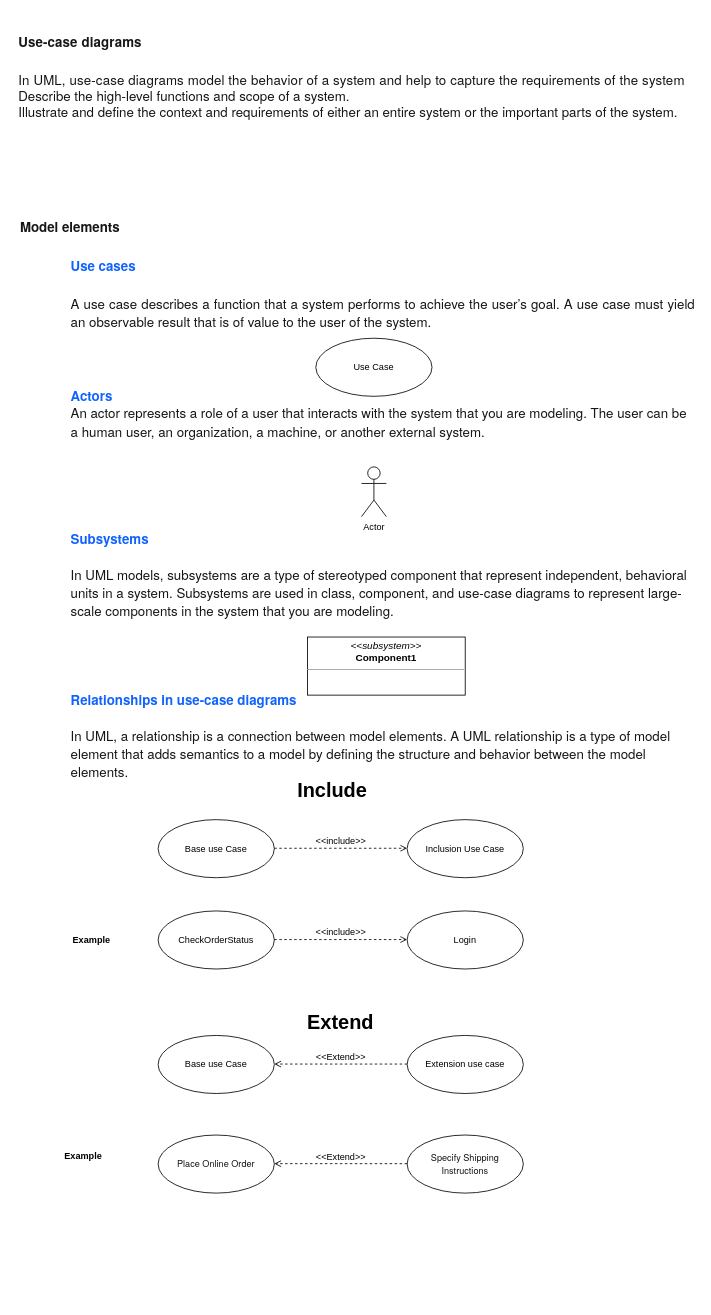
huutriGh/Apptech-Diagram keeps this draw.io diagram as page "Use Case" (2 of 2) of Sequence.drawio. Above is the earlier version. Source tidied: cells renumbered, new cells numbered last; positions are measured from the earlier drawing's top-left corner, leaving out a move shared by most shapes. Both pictures are drawn from the tidied source at 83%, with x=0, y=0 at pixel (14, 22).
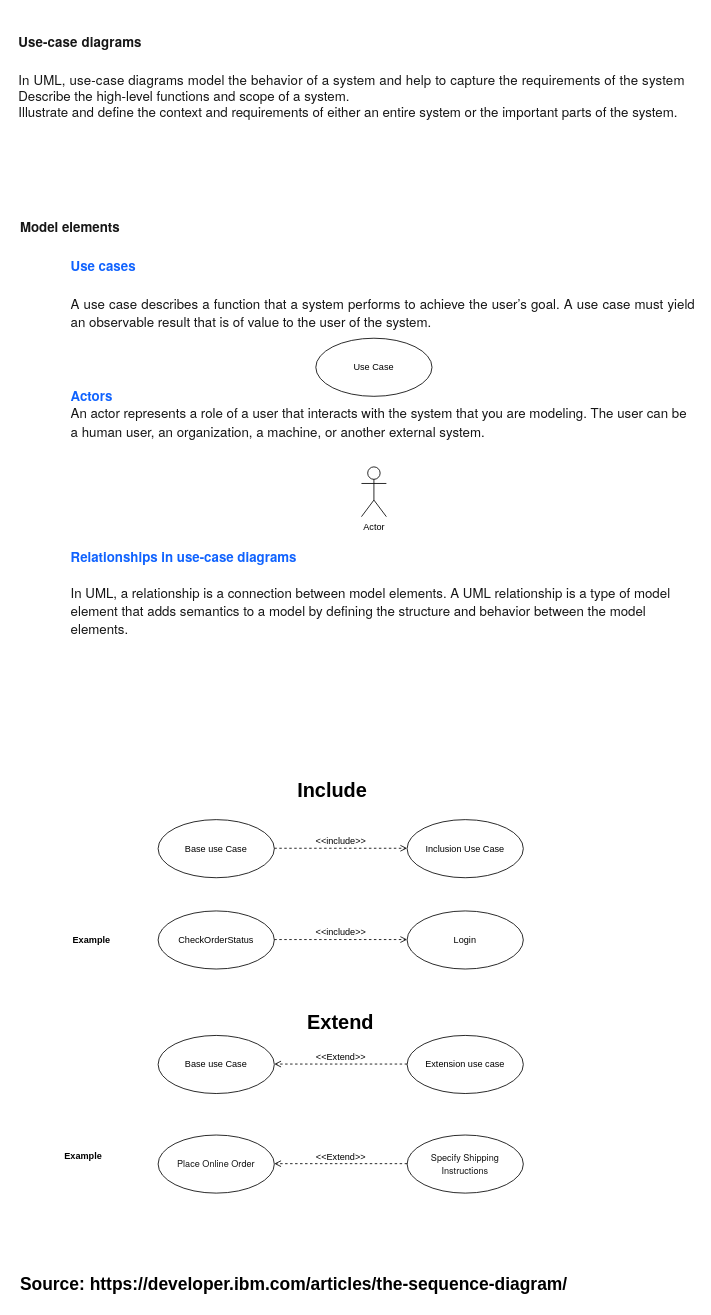
The same page after the edit.

Diff of the diagram source:
```diff
@@
-    <mxCell id="2" value="&lt;h4 style=&quot;text-align: justify;&quot;&gt;&lt;a style=&quot;box-sizing: inherit; padding: 0px; border: 0px; margin: 0px; font-variant-numeric: inherit; font-variant-east-asian: inherit; font-stretch: inherit; line-height: inherit; font-family: &amp;quot;IBM Plex Sans&amp;quot;, &amp;quot;Helvetica Neue&amp;quot;, Arial, sans-serif; font-size: 16px; vertical-align: baseline; color: rgb(15, 98, 254); cursor: pointer; text-decoration-line: none; text-align: left; background-color: rgb(255, 255, 255);&quot; href=&quot;https://www.ibm.com/docs/en/SS8PJ7_9.6.1/com.ibm.xtools.modeler.doc/topics/cuc.html&quot;&gt;Use cases&lt;/a&gt;&lt;/h4&gt;&lt;h4 style=&quot;text-align: justify;&quot;&gt;&lt;span style=&quot;color: rgb(22, 22, 22); font-family: &amp;quot;IBM Plex Sans&amp;quot;, &amp;quot;Helvetica Neue&amp;quot;, Arial, sans-serif; font-size: 16px; font-weight: 400; text-align: left; background-color: rgb(255, 255, 255);&quot;&gt;A use case describes a function that a system performs to achieve the user’s goal. A use case must yield an observable result that is of value to the user of the system.&lt;/span&gt;&lt;br&gt;&lt;/h4&gt;&lt;div&gt;&lt;span style=&quot;color: rgb(22, 22, 22); font-family: &amp;quot;IBM Plex Sans&amp;quot;, &amp;quot;Helvetica Neue&amp;quot;, Arial, sans-serif; font-size: 16px; font-weight: 400; text-align: left; background-color: rgb(255, 255, 255);&quot;&gt;&lt;br&gt;&lt;/span&gt;&lt;/div&gt;&lt;div&gt;&lt;span style=&quot;color: rgb(22, 22, 22); font-family: &amp;quot;IBM Plex Sans&amp;quot;, &amp;quot;Helvetica Neue&amp;quot;, Arial, sans-serif; font-size: 16px; font-weight: 400; text-align: left; background-color: rgb(255, 255, 255);&quot;&gt;&lt;br&gt;&lt;/span&gt;&lt;/div&gt;&lt;span style=&quot;background-color: rgb(255, 255, 255);&quot;&gt;&lt;div style=&quot;text-align: start;&quot;&gt;&lt;a style=&quot;box-sizing: inherit; padding: 0px; border: 0px; margin: 0px; font-variant-numeric: inherit; font-variant-east-asian: inherit; font-weight: 700; font-stretch: inherit; line-height: inherit; font-family: &amp;quot;IBM Plex Sans&amp;quot;, &amp;quot;Helvetica Neue&amp;quot;, Arial, sans-serif; font-size: 16px; vertical-align: baseline; color: rgb(15, 98, 254); cursor: pointer; text-decoration-line: none;&quot; href=&quot;https://www.ibm.com/docs/en/SS8PJ7_9.6.1/com.ibm.xtools.modeler.doc/topics/cactor.html&quot;&gt;Actors&lt;/a&gt;&lt;span style=&quot;color: rgb(22, 22, 22); font-family: &amp;quot;IBM Plex Sans&amp;quot;, &amp;quot;Helvetica Neue&amp;quot;, Arial, sans-serif; font-size: 16px;&quot;&gt;&lt;br&gt;&lt;/span&gt;&lt;/div&gt;&lt;div style=&quot;text-align: start;&quot;&gt;&lt;span style=&quot;color: rgb(22, 22, 22); font-family: &amp;quot;IBM Plex Sans&amp;quot;, &amp;quot;Helvetica Neue&amp;quot;, Arial, sans-serif; font-size: 16px;&quot;&gt;An actor represents a role of a user that interacts with the system that you are modeling. The user can be a human user, an organization, a machine, or another external system.&lt;/span&gt;&lt;span style=&quot;color: rgb(22, 22, 22); font-family: &amp;quot;IBM Plex Sans&amp;quot;, &amp;quot;Helvetica Neue&amp;quot;, Arial, sans-serif; font-size: 16px;&quot;&gt;&lt;br&gt;&lt;/span&gt;&lt;/div&gt;&lt;div style=&quot;text-align: start;&quot;&gt;&lt;span style=&quot;color: rgb(22, 22, 22); font-family: &amp;quot;IBM Plex Sans&amp;quot;, &amp;quot;Helvetica Neue&amp;quot;, Arial, sans-serif; font-size: 16px;&quot;&gt;&lt;br&gt;&lt;/span&gt;&lt;/div&gt;&lt;div style=&quot;text-align: start;&quot;&gt;&lt;span style=&quot;color: rgb(22, 22, 22); font-family: &amp;quot;IBM Plex Sans&amp;quot;, &amp;quot;Helvetica Neue&amp;quot;, Arial, sans-serif; font-size: 16px;&quot;&gt;&lt;br&gt;&lt;/span&gt;&lt;/div&gt;&lt;div style=&quot;text-align: start;&quot;&gt;&lt;span style=&quot;color: rgb(22, 22, 22); font-family: &amp;quot;IBM Plex Sans&amp;quot;, &amp;quot;Helvetica Neue&amp;quot;, Arial, sans-serif; font-size: 16px;&quot;&gt;&lt;br&gt;&lt;/span&gt;&lt;/div&gt;&lt;div style=&quot;text-align: start;&quot;&gt;&lt;span style=&quot;color: rgb(22, 22, 22); font-family: &amp;quot;IBM Plex Sans&amp;quot;, &amp;quot;Helvetica Neue&amp;quot;, Arial, sans-serif; font-size: 16px;&quot;&gt;&lt;br&gt;&lt;/span&gt;&lt;/div&gt;&lt;div style=&quot;text-align: start;&quot;&gt;&lt;span style=&quot;color: rgb(22, 22, 22); font-family: &amp;quot;IBM Plex Sans&amp;quot;, &amp;quot;Helvetica Neue&amp;quot;, Arial, sans-serif; font-size: 16px;&quot;&gt;&lt;br&gt;&lt;/span&gt;&lt;/div&gt;&lt;div style=&quot;text-align: start;&quot;&gt;&lt;a style=&quot;box-sizing: inherit; padding: 0px; border: 0px; margin: 0px; font-variant-numeric: inherit; font-variant-east-asian: inherit; font-weight: 700; font-stretch: inherit; line-height: inherit; font-family: &amp;quot;IBM Plex Sans&amp;quot;, &amp;quot;Helvetica Neue&amp;quot;, Arial, sans-serif; font-size: 16px; vertical-align: baseline; color: rgb(15, 98, 254); cursor: pointer; text-decoration-line: none;&quot; href=&quot;https://www.ibm.com/docs/en/SS8PJ7_9.6.1/com.ibm.xtools.modeler.doc/topics/csubsys.html&quot;&gt;Subsystems&lt;/a&gt;&lt;span style=&quot;color: rgb(22, 22, 22); font-family: &amp;quot;IBM Plex Sans&amp;quot;, &amp;quot;Helvetica Neue&amp;quot;, Arial, sans-serif; font-size: 16px;&quot;&gt;&lt;br&gt;&lt;/span&gt;&lt;/div&gt;&lt;div style=&quot;text-align: start;&quot;&gt;&lt;br&gt;&lt;/div&gt;&lt;div style=&quot;text-align: start;&quot;&gt;&lt;span style=&quot;color: rgb(22, 22, 22); font-family: &amp;quot;IBM Plex Sans&amp;quot;, &amp;quot;Helvetica Neue&amp;quot;, Arial, sans-serif; font-size: 16px;&quot;&gt;In UML models, subsystems are a type of stereotyped component that represent independent, behavioral units in a system. Subsystems are used in class, component, and use-case diagrams to represent large-scale components in the system that you are modeling.&lt;/span&gt;&lt;span style=&quot;color: rgb(22, 22, 22); font-family: &amp;quot;IBM Plex Sans&amp;quot;, &amp;quot;Helvetica Neue&amp;quot;, Arial, sans-serif; font-size: 16px;&quot;&gt;&lt;br&gt;&lt;/span&gt;&lt;/div&gt;&lt;div style=&quot;text-align: start;&quot;&gt;&lt;span style=&quot;color: rgb(22, 22, 22); font-family: &amp;quot;IBM Plex Sans&amp;quot;, &amp;quot;Helvetica Neue&amp;quot;, Arial, sans-serif; font-size: 16px;&quot;&gt;&lt;br&gt;&lt;/span&gt;&lt;/div&gt;&lt;div style=&quot;text-align: start;&quot;&gt;&lt;span style=&quot;color: rgb(22, 22, 22); font-family: &amp;quot;IBM Plex Sans&amp;quot;, &amp;quot;Helvetica Neue&amp;quot;, Arial, sans-serif; font-size: 16px;&quot;&gt;&lt;br&gt;&lt;/span&gt;&lt;/div&gt;&lt;div style=&quot;text-align: start;&quot;&gt;&lt;span style=&quot;color: rgb(22, 22, 22); font-family: &amp;quot;IBM Plex Sans&amp;quot;, &amp;quot;Helvetica Neue&amp;quot;, Arial, sans-serif; font-size: 16px;&quot;&gt;&lt;br&gt;&lt;/span&gt;&lt;/div&gt;&lt;div style=&quot;text-align: start;&quot;&gt;&lt;span style=&quot;color: rgb(22, 22, 22); font-family: &amp;quot;IBM Plex Sans&amp;quot;, &amp;quot;Helvetica Neue&amp;quot;, Arial, sans-serif; font-size: 16px;&quot;&gt;&lt;br&gt;&lt;/span&gt;&lt;/div&gt;&lt;div style=&quot;text-align: start;&quot;&gt;&lt;a style=&quot;box-sizing: inherit; padding: 0px; border: 0px; margin: 0px; font-variant-numeric: inherit; font-variant-east-asian: inherit; font-weight: 700; font-stretch: inherit; line-height: inherit; font-family: &amp;quot;IBM Plex Sans&amp;quot;, &amp;quot;Helvetica Neue&amp;quot;, Arial, sans-serif; font-size: 16px; vertical-align: baseline; color: rgb(15, 98, 254); cursor: pointer; text-decoration-line: none;&quot; href=&quot;https://www.ibm.com/docs/en/SS8PJ7_9.6.1/com.ibm.xtools.modeler.doc/topics/crelsme_ucd.html&quot;&gt;Relationships in use-case diagrams&lt;/a&gt;&lt;/div&gt;&lt;div style=&quot;text-align: start;&quot;&gt;&lt;br&gt;&lt;/div&gt;&lt;div style=&quot;text-align: start;&quot;&gt;&lt;span style=&quot;color: rgb(22, 22, 22); font-family: &amp;quot;IBM Plex Sans&amp;quot;, &amp;quot;Helvetica Neue&amp;quot;, Arial, sans-serif; font-size: 16px;&quot;&gt;In UML, a relationship is a connection between model elements. A UML relationship is a type of model element that adds semantics to a model by defining the structure and behavior between the model elements.&lt;/span&gt;&lt;span style=&quot;color: rgb(22, 22, 22); font-family: &amp;quot;IBM Plex Sans&amp;quot;, &amp;quot;Helvetica Neue&amp;quot;, Arial, sans-serif; font-size: 16px;&quot;&gt;&lt;br&gt;&lt;/span&gt;&lt;/div&gt;&lt;div style=&quot;text-align: start;&quot;&gt;&lt;span style=&quot;color: rgb(22, 22, 22); font-family: &amp;quot;IBM Plex Sans&amp;quot;, &amp;quot;Helvetica Neue&amp;quot;, Arial, sans-serif; font-size: 16px;&quot;&gt;&lt;br&gt;&lt;/span&gt;&lt;/div&gt;&lt;/span&gt;" style="text;html=1;strokeColor=none;fillColor=none;spacing=5;spacingTop=-20;whiteSpace=wrap;overflow=hidden;rounded=0;fontSize=18;" parent="1" vertex="1">
-      <mxGeometry x="63" y="270" width="760" height="1190" as="geometry" />
+    <mxCell id="2" value="&lt;h4 style=&quot;text-align: justify;&quot;&gt;&lt;a style=&quot;box-sizing: inherit; padding: 0px; border: 0px; margin: 0px; font-variant-numeric: inherit; font-variant-east-asian: inherit; font-stretch: inherit; line-height: inherit; font-family: &amp;quot;IBM Plex Sans&amp;quot;, &amp;quot;Helvetica Neue&amp;quot;, Arial, sans-serif; font-size: 16px; vertical-align: baseline; color: rgb(15, 98, 254); cursor: pointer; text-decoration-line: none; text-align: left; background-color: rgb(255, 255, 255);&quot; href=&quot;https://www.ibm.com/docs/en/SS8PJ7_9.6.1/com.ibm.xtools.modeler.doc/topics/cuc.html&quot;&gt;Use cases&lt;/a&gt;&lt;/h4&gt;&lt;h4 style=&quot;text-align: justify;&quot;&gt;&lt;span style=&quot;color: rgb(22, 22, 22); font-family: &amp;quot;IBM Plex Sans&amp;quot;, &amp;quot;Helvetica Neue&amp;quot;, Arial, sans-serif; font-size: 16px; font-weight: 400; text-align: left; background-color: rgb(255, 255, 255);&quot;&gt;A use case describes a function that a system performs to achieve the user’s goal. A use case must yield an observable result that is of value to the user of the system.&lt;/span&gt;&lt;br&gt;&lt;/h4&gt;&lt;div&gt;&lt;span style=&quot;color: rgb(22, 22, 22); font-family: &amp;quot;IBM Plex Sans&amp;quot;, &amp;quot;Helvetica Neue&amp;quot;, Arial, sans-serif; font-size: 16px; font-weight: 400; text-align: left; background-color: rgb(255, 255, 255);&quot;&gt;&lt;br&gt;&lt;/span&gt;&lt;/div&gt;&lt;div&gt;&lt;span style=&quot;color: rgb(22, 22, 22); font-family: &amp;quot;IBM Plex Sans&amp;quot;, &amp;quot;Helvetica Neue&amp;quot;, Arial, sans-serif; font-size: 16px; font-weight: 400; text-align: left; background-color: rgb(255, 255, 255);&quot;&gt;&lt;br&gt;&lt;/span&gt;&lt;/div&gt;&lt;span style=&quot;background-color: rgb(255, 255, 255);&quot;&gt;&lt;div style=&quot;text-align: start;&quot;&gt;&lt;a style=&quot;box-sizing: inherit; padding: 0px; border: 0px; margin: 0px; font-variant-numeric: inherit; font-variant-east-asian: inherit; font-weight: 700; font-stretch: inherit; line-height: inherit; font-family: &amp;quot;IBM Plex Sans&amp;quot;, &amp;quot;Helvetica Neue&amp;quot;, Arial, sans-serif; font-size: 16px; vertical-align: baseline; color: rgb(15, 98, 254); cursor: pointer; text-decoration-line: none;&quot; href=&quot;https://www.ibm.com/docs/en/SS8PJ7_9.6.1/com.ibm.xtools.modeler.doc/topics/cactor.html&quot;&gt;Actors&lt;/a&gt;&lt;span style=&quot;color: rgb(22, 22, 22); font-family: &amp;quot;IBM Plex Sans&amp;quot;, &amp;quot;Helvetica Neue&amp;quot;, Arial, sans-serif; font-size: 16px;&quot;&gt;&lt;br&gt;&lt;/span&gt;&lt;/div&gt;&lt;div style=&quot;text-align: start;&quot;&gt;&lt;span style=&quot;color: rgb(22, 22, 22); font-family: &amp;quot;IBM Plex Sans&amp;quot;, &amp;quot;Helvetica Neue&amp;quot;, Arial, sans-serif; font-size: 16px;&quot;&gt;An actor represents a role of a user that interacts with the system that you are modeling. The user can be a human user, an organization, a machine, or another external system.&lt;/span&gt;&lt;span style=&quot;color: rgb(22, 22, 22); font-family: &amp;quot;IBM Plex Sans&amp;quot;, &amp;quot;Helvetica Neue&amp;quot;, Arial, sans-serif; font-size: 16px;&quot;&gt;&lt;br&gt;&lt;/span&gt;&lt;/div&gt;&lt;div style=&quot;text-align: start;&quot;&gt;&lt;span style=&quot;color: rgb(22, 22, 22); font-family: &amp;quot;IBM Plex Sans&amp;quot;, &amp;quot;Helvetica Neue&amp;quot;, Arial, sans-serif; font-size: 16px;&quot;&gt;&lt;br&gt;&lt;/span&gt;&lt;/div&gt;&lt;div style=&quot;text-align: start;&quot;&gt;&lt;span style=&quot;color: rgb(22, 22, 22); font-family: &amp;quot;IBM Plex Sans&amp;quot;, &amp;quot;Helvetica Neue&amp;quot;, Arial, sans-serif; font-size: 16px;&quot;&gt;&lt;br&gt;&lt;/span&gt;&lt;/div&gt;&lt;div style=&quot;text-align: start;&quot;&gt;&lt;span style=&quot;color: rgb(22, 22, 22); font-family: &amp;quot;IBM Plex Sans&amp;quot;, &amp;quot;Helvetica Neue&amp;quot;, Arial, sans-serif; font-size: 16px;&quot;&gt;&lt;br&gt;&lt;/span&gt;&lt;/div&gt;&lt;div style=&quot;text-align: start;&quot;&gt;&lt;span style=&quot;color: rgb(22, 22, 22); font-family: &amp;quot;IBM Plex Sans&amp;quot;, &amp;quot;Helvetica Neue&amp;quot;, Arial, sans-serif; font-size: 16px;&quot;&gt;&lt;br&gt;&lt;/span&gt;&lt;/div&gt;&lt;div style=&quot;text-align: start;&quot;&gt;&lt;span style=&quot;color: rgb(22, 22, 22); font-family: &amp;quot;IBM Plex Sans&amp;quot;, &amp;quot;Helvetica Neue&amp;quot;, Arial, sans-serif; font-size: 16px;&quot;&gt;&lt;br&gt;&lt;/span&gt;&lt;/div&gt;&lt;div style=&quot;text-align: start;&quot;&gt;&lt;br&gt;&lt;/div&gt;&lt;div style=&quot;text-align: start;&quot;&gt;&lt;a style=&quot;box-sizing: inherit; padding: 0px; border: 0px; margin: 0px; font-variant-numeric: inherit; font-variant-east-asian: inherit; font-weight: 700; font-stretch: inherit; line-height: inherit; font-family: &amp;quot;IBM Plex Sans&amp;quot;, &amp;quot;Helvetica Neue&amp;quot;, Arial, sans-serif; font-size: 16px; vertical-align: baseline; color: rgb(15, 98, 254); cursor: pointer; text-decoration-line: none;&quot; href=&quot;https://www.ibm.com/docs/en/SS8PJ7_9.6.1/com.ibm.xtools.modeler.doc/topics/crelsme_ucd.html&quot;&gt;Relationships in use-case diagrams&lt;/a&gt;&lt;/div&gt;&lt;div style=&quot;text-align: start;&quot;&gt;&lt;br&gt;&lt;/div&gt;&lt;div style=&quot;text-align: start;&quot;&gt;&lt;span style=&quot;color: rgb(22, 22, 22); font-family: &amp;quot;IBM Plex Sans&amp;quot;, &amp;quot;Helvetica Neue&amp;quot;, Arial, sans-serif; font-size: 16px;&quot;&gt;In UML, a relationship is a connection between model elements. A UML relationship is a type of model element that adds semantics to a model by defining the structure and behavior between the model elements.&lt;/span&gt;&lt;span style=&quot;color: rgb(22, 22, 22); font-family: &amp;quot;IBM Plex Sans&amp;quot;, &amp;quot;Helvetica Neue&amp;quot;, Arial, sans-serif; font-size: 16px;&quot;&gt;&lt;br&gt;&lt;/span&gt;&lt;/div&gt;&lt;div style=&quot;text-align: start;&quot;&gt;&lt;span style=&quot;color: rgb(22, 22, 22); font-family: &amp;quot;IBM Plex Sans&amp;quot;, &amp;quot;Helvetica Neue&amp;quot;, Arial, sans-serif; font-size: 16px;&quot;&gt;&lt;br&gt;&lt;/span&gt;&lt;/div&gt;&lt;/span&gt;" style="text;html=1;strokeColor=none;fillColor=none;spacing=5;spacingTop=-20;whiteSpace=wrap;overflow=hidden;rounded=0;fontSize=18;" parent="1" vertex="1">
+      <mxGeometry x="63" y="270" width="760" height="1220" as="geometry" />
     </mxCell>
@@
-    <mxCell id="7" value="&lt;p style=&quot;margin:0px;margin-top:4px;text-align:center;&quot;&gt;&lt;i&gt;&amp;lt;&amp;lt;subsystem&amp;gt;&amp;gt;&lt;/i&gt;&lt;br&gt;&lt;b&gt;Component1&lt;/b&gt;&lt;/p&gt;&lt;hr size=&quot;1&quot;&gt;&lt;p style=&quot;margin:0px;margin-left:4px;&quot;&gt;&lt;br&gt;&lt;/p&gt;" style="verticalAlign=top;align=left;overflow=fill;fontSize=12;fontFamily=Helvetica;html=1;" parent="1" vertex="1">
-      <mxGeometry x="353" y="740" width="190" height="70" as="geometry" />
-    </mxCell>
@@
+    <mxCell id="24" value="Source: https://developer.ibm.com/articles/the-sequence-diagram/" style="text;whiteSpace=wrap;html=1;fontStyle=1;fontSize=21;" parent="1" vertex="1">
+      <mxGeometry x="5" y="1500" width="798" height="40" as="geometry" />
+    </mxCell>
```
